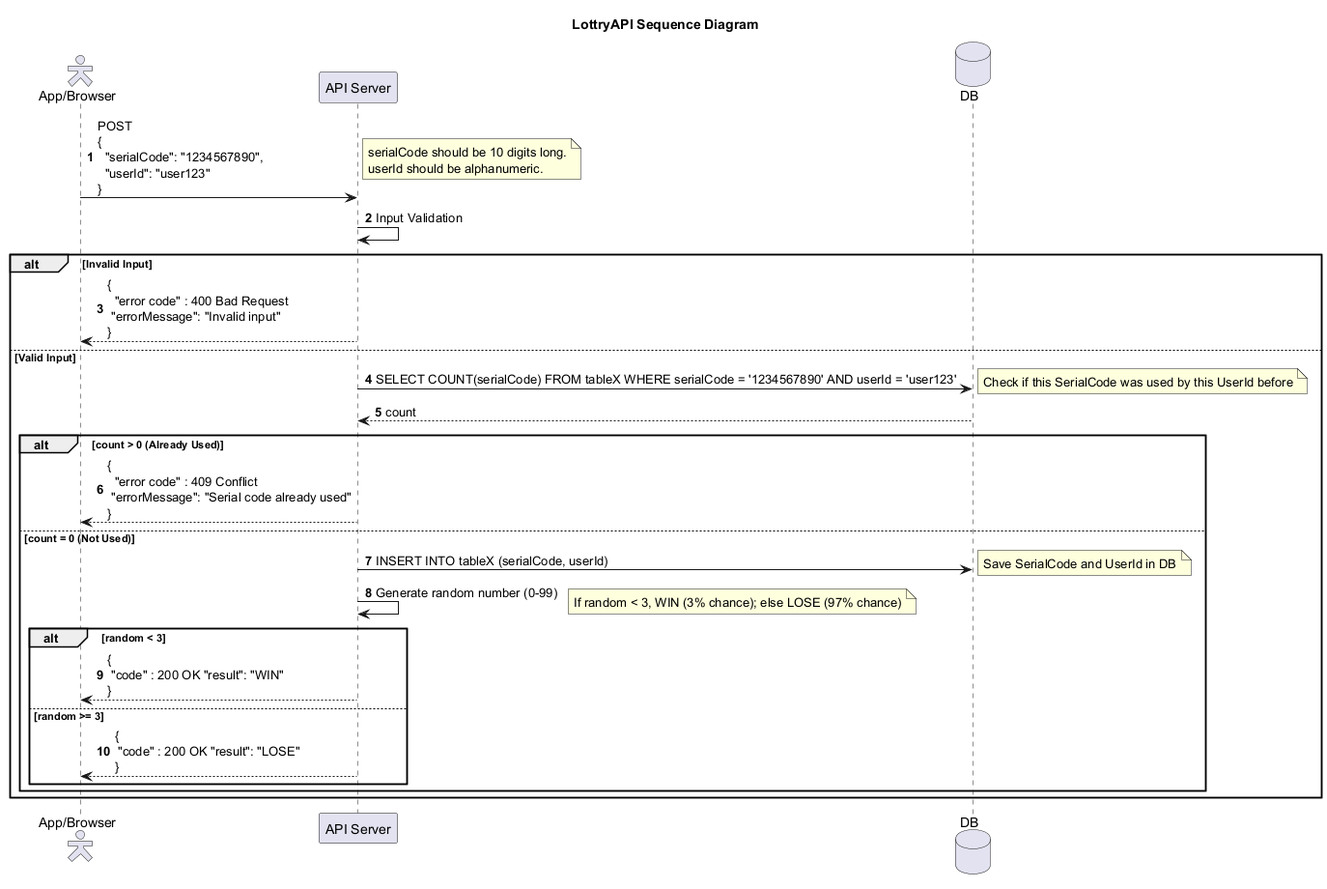
This is LotteryAPI.png from kojiaoyama-jpg/PlantUML, a PlantUML export, as it was before one commit.
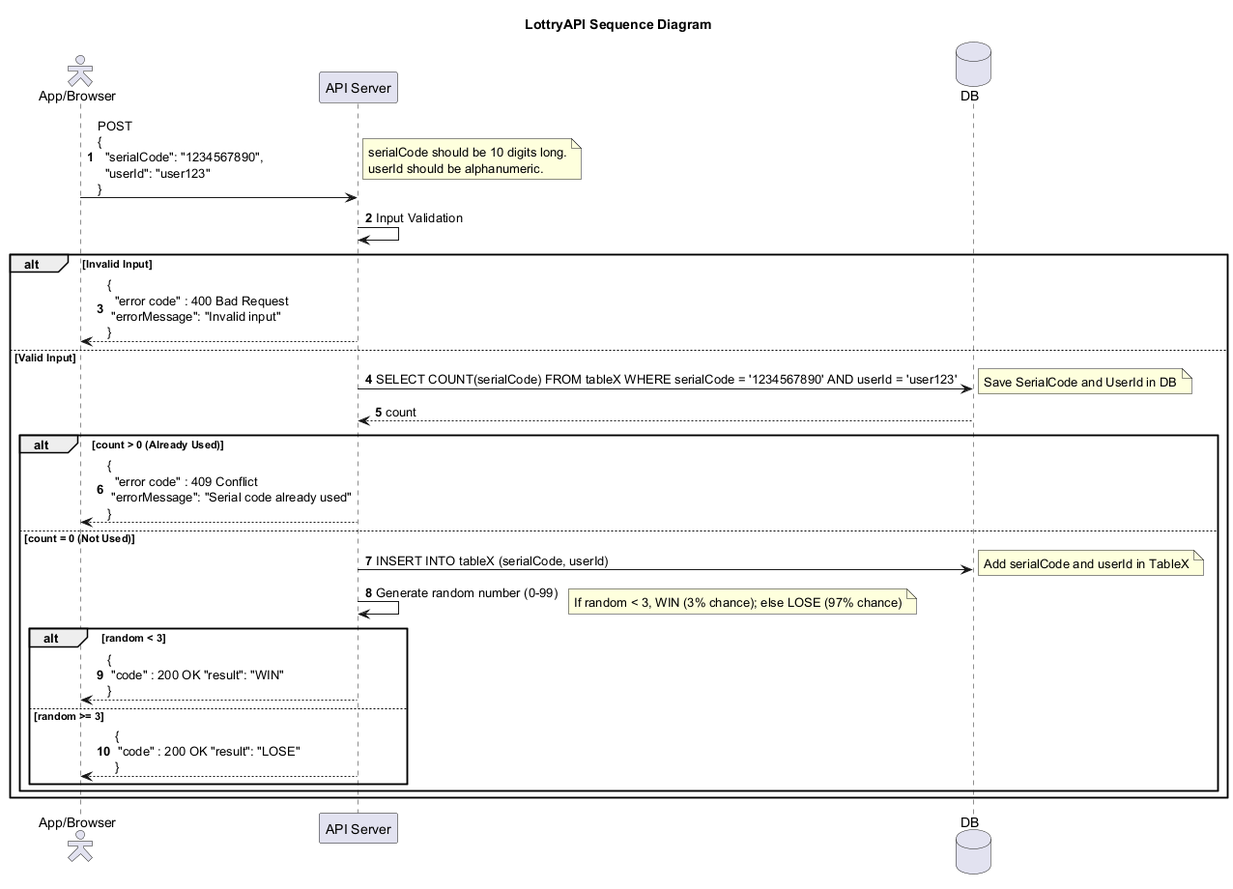
After the change.

Commit message:
GEPO-1069 complete Sequence Diagram

Diff of the diagram source:
```diff
@@ -16,13 +16,13 @@
     Server --> Client: {\n  "error code" : 400 Bad Request \n "errorMessage": "Invalid input"\n}
 else Valid Input
     Server -> DB: SELECT COUNT(serialCode) FROM tableX WHERE serialCode = '1234567890' AND userId = 'user123'
-    note right: Check if this SerialCode was used by this UserId before
+    note right: Save SerialCode and UserId in DB
     DB --> Server: count
     alt count > 0 (Already Used)
         Server --> Client: {\n  "error code" : 409 Conflict \n "errorMessage": "Serial code already used"\n}
     else count = 0 (Not Used)
         Server -> DB: INSERT INTO tableX (serialCode, userId)
-        note right: Save SerialCode and UserId in DB
+        note right: Add serialCode and userId in TableX
         Server -> Server: Generate random number (0-99)
         note right: If random < 3, WIN (3% chance); else LOSE (97% chance)
         alt random < 3
```
